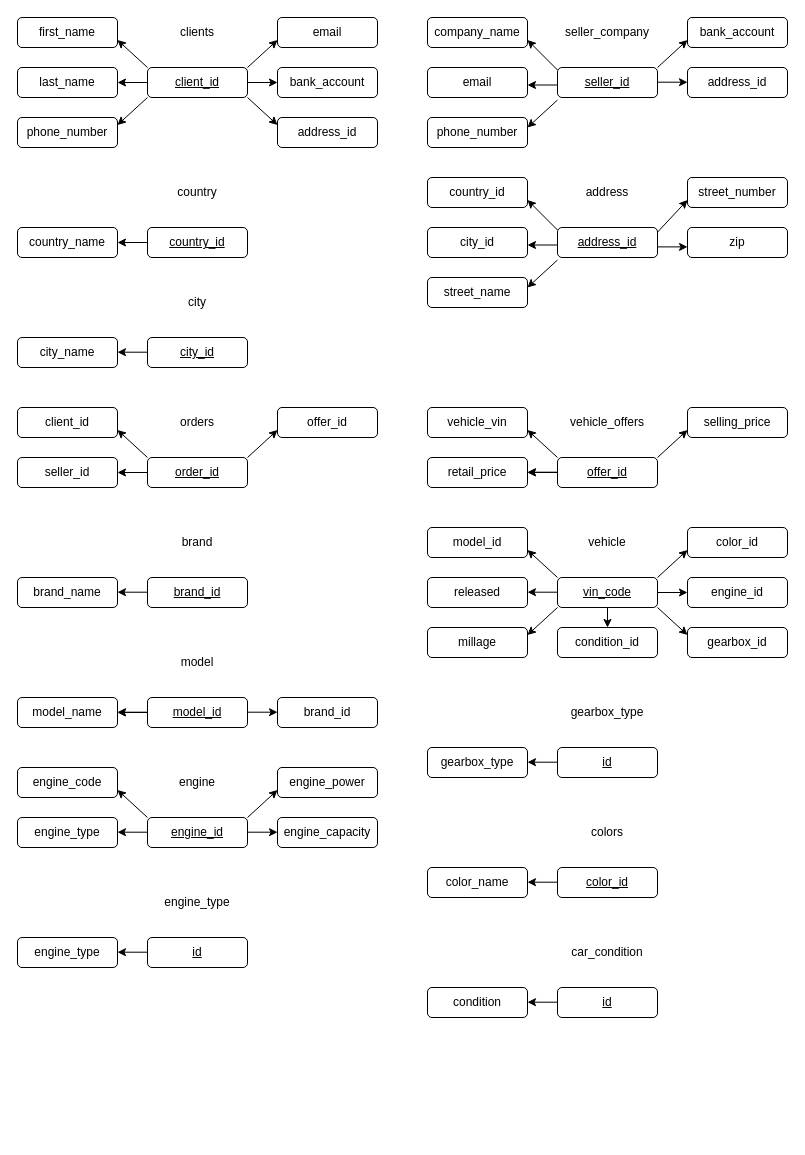
kstekels/Car-Marketplace keeps this draw.io diagram as page "functional dependencies graph" (5 of 5) of Car Marketplace.drawio. Above is the earlier version. Source tidied: cells renumbered, new cells numbered last; positions are measured from the earlier drawing's top-left corner, leaving out a move shared by most shapes. Both pictures are drawn from the tidied source at 100%, with x=0, y=0 at pixel (17, 17).
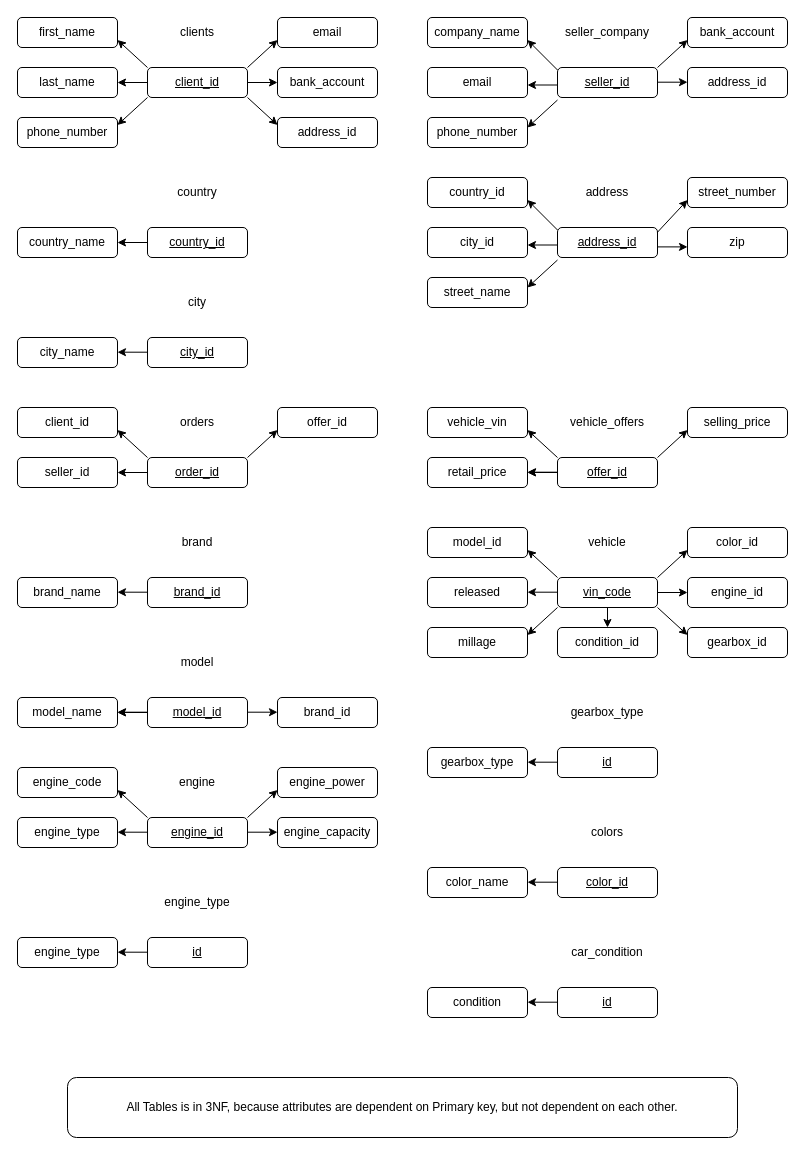
The same diagram, later.

The edit, as a diff of the source:
```diff
@@
+    <mxCell id="118" value="All Tables is in 3NF, because attributes are dependent on Primary key, but not dependent on each other." style="rounded=1;whiteSpace=wrap;html=1;" parent="1" vertex="1">
+      <mxGeometry x="50" y="1060" width="670" height="60" as="geometry" />
+    </mxCell>
```
